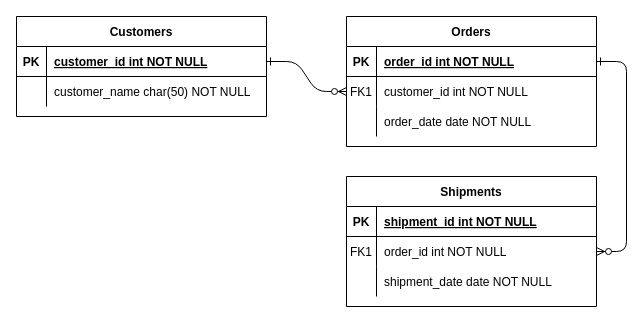
This is 中收数据表.drawio from shuanglill/draw, a draw.io file, before an edit. Source tidied: cells renumbered, new cells numbered last; positions are measured from the earlier drawing's top-left corner, leaving out a move shared by most shapes. Both pictures are drawn from the tidied source at 100%, with x=0, y=0 at pixel (16, 16).
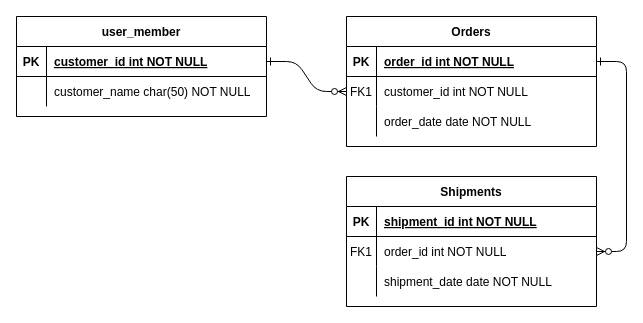
Above is the later version.

Commit message (it also covers changes not shown here):
更新中收数据表.drawio

Change to the diagram source:
```diff
@@
-    <mxCell id="24" value="Customers" style="shape=table;startSize=30;childLayout=tableLayout;rowLines=0;fontStyle=1;align=center;" parent="1" vertex="1">
+    <mxCell id="24" value="user_member" style="shape=table;startSize=30;childLayout=tableLayout;rowLines=0;fontStyle=1;align=center;" parent="1" vertex="1">
       <mxGeometry width="250" height="100" as="geometry" />
     </mxCell>
```
